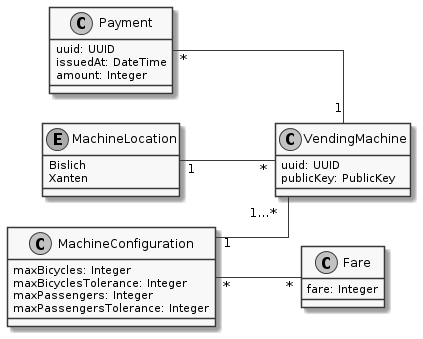
Before: img/class_machines.png, a diagram exported from PlantUML (FerryTix/diagrams).
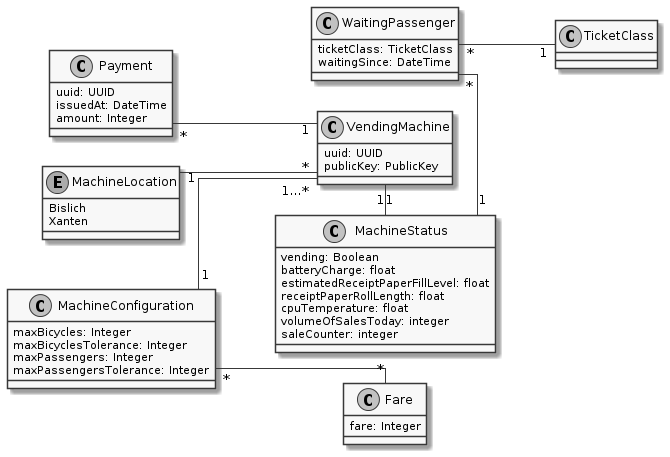
After the change.

Change to the diagram source:
```diff
@@ -39,7 +39,25 @@
 
 MachineLocation "1" -- "*" VendingMachine
 
+class MachineStatus {
+    vending: Boolean
+    batteryCharge: float
+    estimatedReceiptPaperFillLevel: float
+    receiptPaperRollLength: float
+    cpuTemperature: float
+    volumeOfSalesToday: integer
+    saleCounter: integer
+}
 
+WaitingPassenger "*" - "1" MachineStatus
 
+class WaitingPassenger {
+    ticketClass: TicketClass
+    waitingSince: DateTime
+}
+
+WaitingPassenger "*" -- "1" TicketClass
+
+VendingMachine "1" - "1" MachineStatus
 
 @enduml
```
